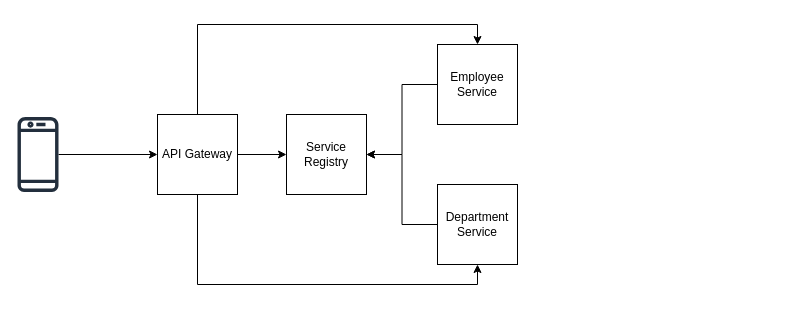
This is SpringCloud.drawio from fhermq/diagrams, a draw.io file, before an edit. Source tidied: cells renumbered, new cells numbered last; positions are measured from the earlier drawing's top-left corner, leaving out a move shared by most shapes. Both pictures are drawn from the tidied source at 100%, with x=0, y=0 at pixel (17, 24).
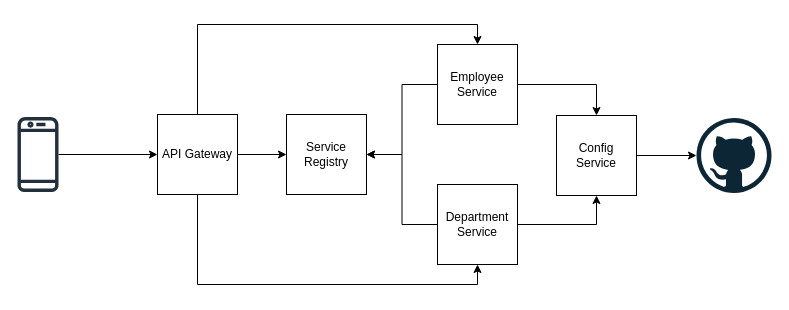
After the change.

Unchanged cells that the change refers to:
```xml
<mxCell id="8" value="Employee Service" style="whiteSpace=wrap;html=1;" parent="1" vertex="1">
  <mxGeometry x="420" y="20" width="80" height="80" as="geometry" />
</mxCell>
<mxCell id="10" value="Department Service" style="whiteSpace=wrap;html=1;" parent="1" vertex="1">
  <mxGeometry x="420" y="160" width="80" height="80" as="geometry" />
</mxCell>
```

The edit, as a diff of the source:
```diff
@@
+    <mxCell id="13" style="edgeStyle=orthogonalEdgeStyle;rounded=0;jettySize=auto;html=1;entryX=0.5;entryY=0;entryDx=0;entryDy=0;" parent="1" edge="1" source="8" target="16">
+      <mxGeometry relative="1" as="geometry" />
+    </mxCell>
@@
+    <mxCell id="14" style="edgeStyle=orthogonalEdgeStyle;rounded=0;jettySize=auto;html=1;entryX=0.5;entryY=1;entryDx=0;entryDy=0;" parent="1" edge="1" source="10" target="16">
+      <mxGeometry relative="1" as="geometry" />
+    </mxCell>
@@
+    <mxCell id="15" style="edgeStyle=orthogonalEdgeStyle;rounded=0;jettySize=auto;html=1;" parent="1" edge="1" source="16" target="17">
+      <mxGeometry relative="1" as="geometry" />
+    </mxCell>
+    <mxCell id="16" value="Config Service" style="whiteSpace=wrap;html=1;" parent="1" vertex="1">
+      <mxGeometry x="539" y="91" width="80" height="80" as="geometry" />
+    </mxCell>
+    <mxCell id="17" style="dashed=0;outlineConnect=0;html=1;align=center;labelPosition=center;verticalLabelPosition=bottom;verticalAlign=top;shape=mxgraph.weblogos.github;" parent="1" vertex="1">
+      <mxGeometry x="679" y="93.5" width="75" height="75" as="geometry" />
+    </mxCell>
```
